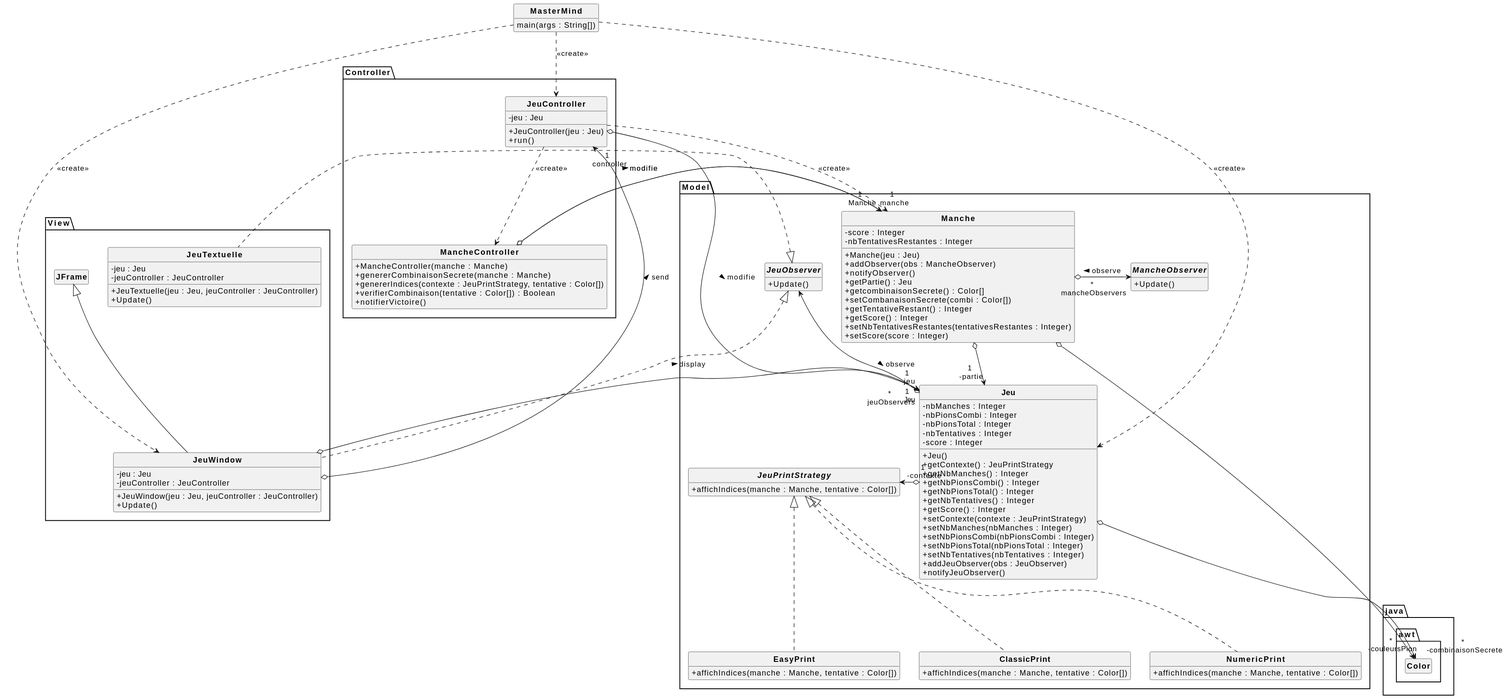
Above: Mastermind/Mastermind.svg in aymkoub/Mastermind (PlantUML), before the change.
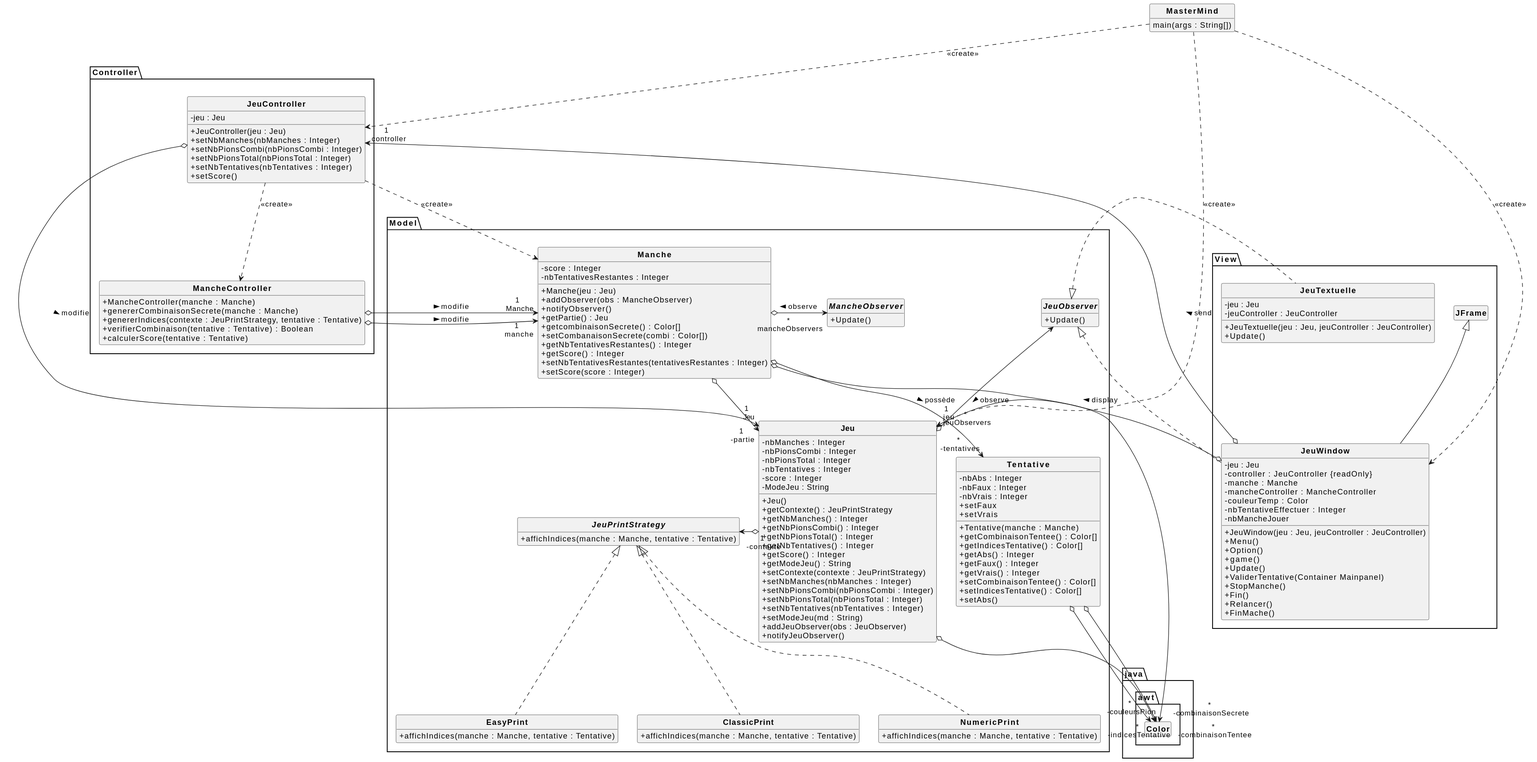
After the commit.

What changed in the source:
```diff
@@ -10,16 +10,20 @@
     class JeuController{
         - jeu : Jeu
         + JeuController(jeu : Jeu)
-        + run()
+        + setNbManches(nbManches : Integer)
+        + setNbPionsCombi(nbPionsCombi : Integer)
+        + setNbPionsTotal(nbPionsTotal : Integer)
+        + setNbTentatives(nbTentatives : Integer)
+        + setScore()
     }
 
     class MancheController
     {
         + MancheController(manche : Manche)
         + genererCombinaisonSecrete(manche : Manche)
-        + genererIndices(contexte : JeuPrintStrategy, tentative : Color[])
-        + verifierCombinaison(tentative : Color[]) : Boolean
-        + notifierVictoire()
+        + genererIndices(contexte : JeuPrintStrategy, tentative : Tentative)
+        + verifierCombinaison(tentative : Tentative) : Boolean
+        + calculerScore(tentative : Tentative)
     }
 }
 
@@ -35,6 +39,7 @@
         - nbPionsTotal : Integer
         - nbTentatives : Integer
         - score : Integer
+        -ModeJeu : String
         + Jeu()
         + getContexte() : JeuPrintStrategy
         + getNbManches() : Integer
@@ -42,15 +47,18 @@
         + getNbPionsTotal() : Integer
         + getNbTentatives() : Integer
         + getScore() : Integer
+        + getModeJeu() : String
         + setContexte(contexte : JeuPrintStrategy)
         + setNbManches(nbManches : Integer)
         + setNbPionsCombi(nbPionsCombi : Integer)
         + setNbPionsTotal(nbPionsTotal : Integer)
         + setNbTentatives(nbTentatives : Integer)
+        + setModeJeu(md : String)
         + addJeuObserver(obs : JeuObserver)
         + notifyJeuObserver()
     }
     Manche o--> "1\n -partie" Jeu
+
     class Manche {
         - score : Integer
         - nbTentativesRestantes : Integer
@@ -60,14 +68,34 @@
         + getPartie() : Jeu
         + getcombinaisonSecrete() : Color[]
         + setCombanaisonSecrete(combi : Color[])
-        + getTentativeRestant() : Integer
+        + getNbTentativesRestantes() : Integer
         + getScore() : Integer
         + setNbTentativesRestantes(tentativesRestantes : Integer)
         + setScore(score : Integer)
     }
-
     Jeu o-d->"*\n -couleursPion" Color
     Manche o-d->"*\n -combinaisonSecrete" Color
+
+    class Tentative{
+        -nbAbs : Integer
+        -nbFaux : Integer
+        -nbVrais : Integer
+        +Tentative(manche : Manche)
+        +getCombinaisonTentee() : Color[]
+        +getIndicesTentative() : Color[]
+        +getAbs() : Integer
+        +getFaux() : Integer
+        +getVrais() : Integer
+        +setCombinaisonTentee() : Color[]
+        +setIndicesTentative() : Color[]
+        +setAbs()
+        +setFaux
+        +setVrais
+    }
+    Tentative o-d->"*\n -combinaisonTentee" Color
+    Tentative o-d->"*\n -indicesTentative" Color
+
+    Manche o-d-> "*\n -tentatives" Tentative : > possède
 
     interface JeuObserver{
         + Update()
@@ -77,17 +105,17 @@
     }
 
     interface JeuPrintStrategy{
-        + affichIndices(manche : Manche, tentative : Color[])
+        + affichIndices(manche : Manche, tentative : Tentative)
     }
 
     class EasyPrint implements JeuPrintStrategy{
-        + affichIndices(manche : Manche, tentative : Color[])
+        + affichIndices(manche : Manche, tentative : Tentative)
     }
     class ClassicPrint implements JeuPrintStrategy{
-        + affichIndices(manche : Manche, tentative : Color[])
+        + affichIndices(manche : Manche, tentative : Tentative)
     }
     class NumericPrint implements JeuPrintStrategy{
-        + affichIndices(manche : Manche, tentative : Color[])
+        + affichIndices(manche : Manche, tentative : Tentative)
     }
 
     Jeu "1\n -contexte" o-> JeuPrintStrategy
@@ -96,10 +124,22 @@
 package View{
     class JeuWindow extends JFrame implements Model.JeuObserver{
         - jeu : Jeu
-        - jeuController : JeuController
+        - controller : JeuController {readOnly}
+        - manche : Manche
+        - mancheController : MancheController
+        - couleurTemp : Color
+        - nbTentativeEffectuer : Integer
+        - nbMancheJouer
         + JeuWindow(jeu : Jeu, jeuController : JeuController)
+        + Menu()
+        + Option()
+        + game()
         + Update()
-
+        + ValiderTentative(Container Mainpanel)
+        + StopManche()
+        + Fin()
+        + Relancer()
+        + FinMache()
     }
 
     class JeuTextuelle implements Model.JeuObserver
```
